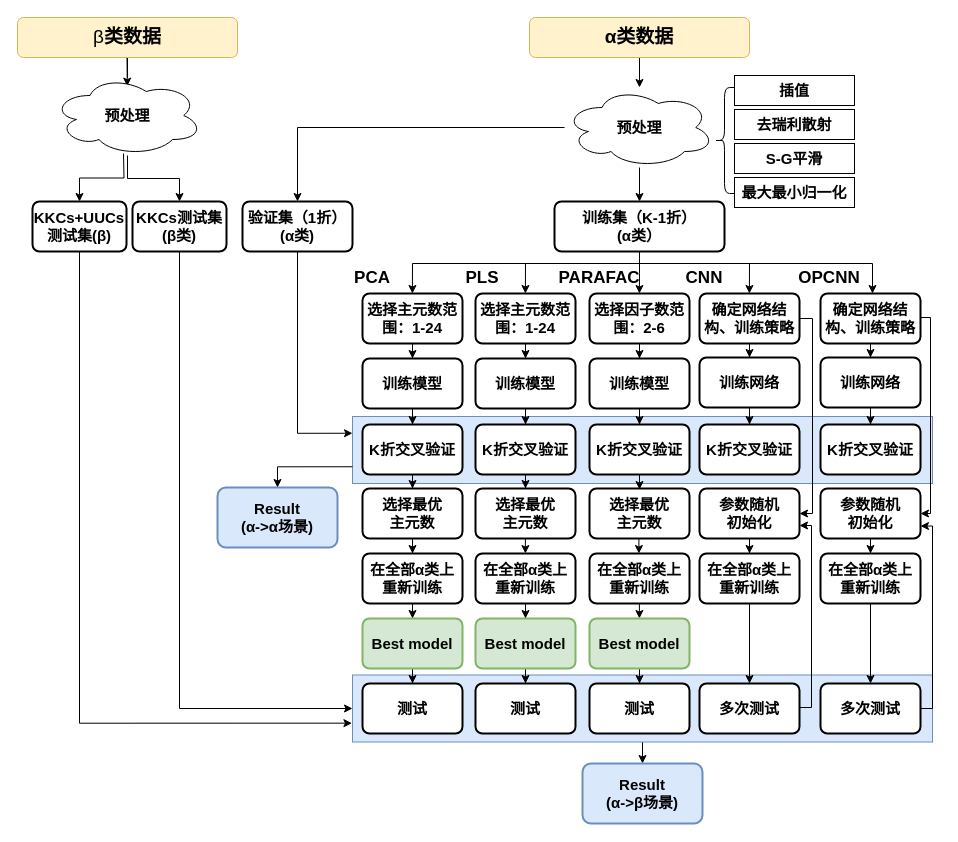
This is big_paper/第三章.drawio from chbambooshoot/digram, a draw.io file, before an edit. Source tidied: cells renumbered, new cells numbered last; positions are measured from the earlier drawing's top-left corner, leaving out a move shared by most shapes. Both pictures are drawn from the tidied source at 100%, with x=0, y=0 at pixel (17, 17).
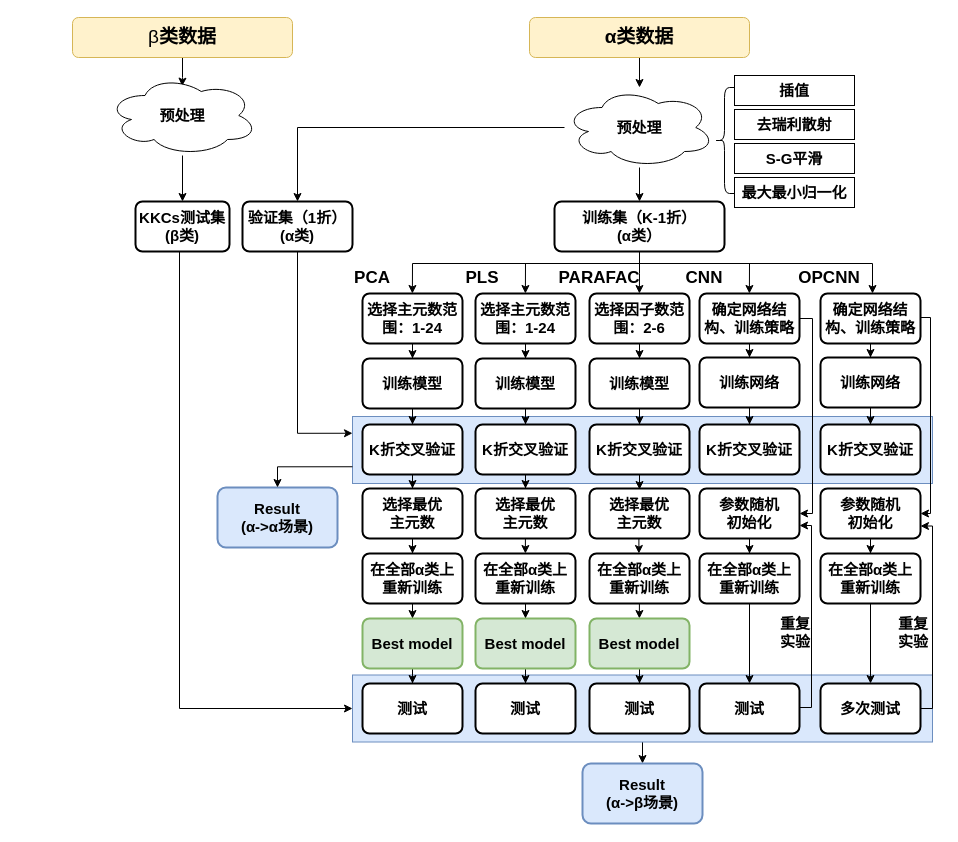
The same diagram, later.

Commit message:
更新第三章.drawio

The change refers to these unchanged cells:
```xml
<mxCell id="3" style="rounded=0;whiteSpace=wrap;html=1;fillColor=#dae8fc;strokeColor=#6c8ebf;" parent="1" vertex="1">
  <mxGeometry x="335" y="657.5" width="580" height="67" as="geometry" />
</mxCell>
```

What changed in the source:
```diff
@@
     <mxCell id="32" value="β&lt;span style=&quot;border-color: var(--border-color); font-weight: 700;&quot;&gt;类数据&lt;/span&gt;" style="rounded=1;whiteSpace=wrap;html=1;fontFamily=仿宋;fontSize=19;fillColor=#fff2cc;strokeColor=#d6b656;" parent="1" vertex="1">
-      <mxGeometry width="220" height="40" as="geometry" />
+      <mxGeometry x="55" width="220" height="40" as="geometry" />
     </mxCell>
@@
     <mxCell id="34" value="预处理" style="ellipse;shape=cloud;whiteSpace=wrap;html=1;fontSize=15;fontStyle=1;fontFamily=仿宋;" parent="1" vertex="1">
-      <mxGeometry x="35" y="58" width="150" height="80" as="geometry" />
+      <mxGeometry x="90" y="58" width="150" height="80" as="geometry" />
     </mxCell>
@@
     <mxCell id="41" value="KKCs测试集&lt;br style=&quot;font-size: 15px;&quot;&gt;(β类)" style="rounded=1;whiteSpace=wrap;html=1;absoluteArcSize=1;arcSize=14;strokeWidth=2;fontSize=15;fontStyle=1;fontFamily=仿宋;" parent="1" vertex="1">
-      <mxGeometry x="115" y="184" width="94" height="50" as="geometry" />
+      <mxGeometry x="118" y="184" width="94" height="50" as="geometry" />
     </mxCell>
@@
-    <mxCell id="61" value="多次测试" style="rounded=1;whiteSpace=wrap;html=1;absoluteArcSize=1;arcSize=14;strokeWidth=2;fontSize=15;fontStyle=1;fontFamily=仿宋;" parent="1" vertex="1">
+    <mxCell id="61" value="测试" style="rounded=1;whiteSpace=wrap;html=1;absoluteArcSize=1;arcSize=14;strokeWidth=2;fontSize=15;fontStyle=1;fontFamily=仿宋;" parent="1" vertex="1">
       <mxGeometry x="682" y="666" width="100" height="50" as="geometry" />
     </mxCell>
@@
-    <mxCell id="100" value="KKCs+UUCs&lt;br&gt;测试集(β)" style="rounded=1;whiteSpace=wrap;html=1;absoluteArcSize=1;arcSize=14;strokeWidth=2;fontSize=15;fontStyle=1;fontFamily=仿宋;" parent="1" vertex="1">
-      <mxGeometry x="15" y="184" width="94" height="50" as="geometry" />
-    </mxCell>
-    <mxCell id="101" style="edgeStyle=orthogonalEdgeStyle;rounded=0;jettySize=auto;html=1;entryX=0.5;entryY=0;entryDx=0;entryDy=0;" parent="1" edge="1" target="100">
-      <mxGeometry relative="1" as="geometry">
-        <mxPoint x="106" y="136" as="sourcePoint" />
-      </mxGeometry>
-    </mxCell>
-    <mxCell id="102" style="edgeStyle=orthogonalEdgeStyle;rounded=0;jettySize=auto;html=1;exitX=0.5;exitY=1;exitDx=0;exitDy=0;entryX=-0.001;entryY=0.719;entryDx=0;entryDy=0;entryPerimeter=0;" parent="1" edge="1" source="100" target="3">
-      <mxGeometry relative="1" as="geometry">
-        <Array as="points">
-          <mxPoint x="62" y="706" />
-        </Array>
-      </mxGeometry>
-    </mxCell>
@@
+    <mxCell id="105" value="&lt;div style=&quot;text-align: center;&quot;&gt;&lt;font face=&quot;仿宋&quot;&gt;&lt;span style=&quot;font-size: 15px;&quot;&gt;&lt;b&gt;重复实验&lt;/b&gt;&lt;/span&gt;&lt;/font&gt;&lt;/div&gt;" style="text;whiteSpace=wrap;html=1;" parent="1" vertex="1">
+      <mxGeometry x="757" y="591" width="40" height="40" as="geometry" />
+    </mxCell>
+    <mxCell id="106" value="&lt;div style=&quot;text-align: center;&quot;&gt;&lt;font face=&quot;仿宋&quot;&gt;&lt;span style=&quot;font-size: 15px;&quot;&gt;&lt;b&gt;重复实验&lt;/b&gt;&lt;/span&gt;&lt;/font&gt;&lt;/div&gt;" style="text;whiteSpace=wrap;html=1;" parent="1" vertex="1">
+      <mxGeometry x="875" y="591" width="40" height="40" as="geometry" />
+    </mxCell>
```
